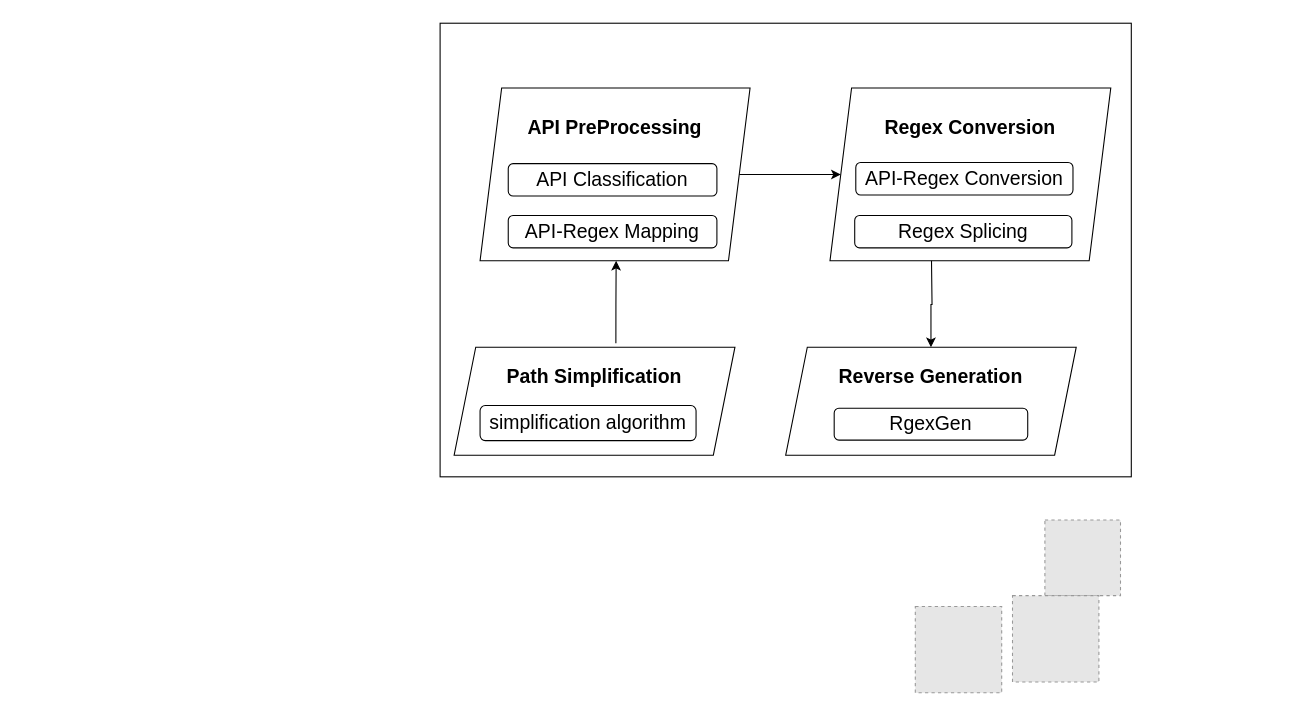
The draw.io diagram JusStr.drawio in suoyi123wang/draw.io, before the edit. Source tidied: cells renumbered, new cells numbered last; positions are measured from the earlier drawing's top-left corner, leaving out a move shared by most shapes. Both pictures are drawn from the tidied source at 108%, with x=0, y=0 at pixel (361, 23). Pictures stored in the file or linked from it are replaced by grey dashed boxes.
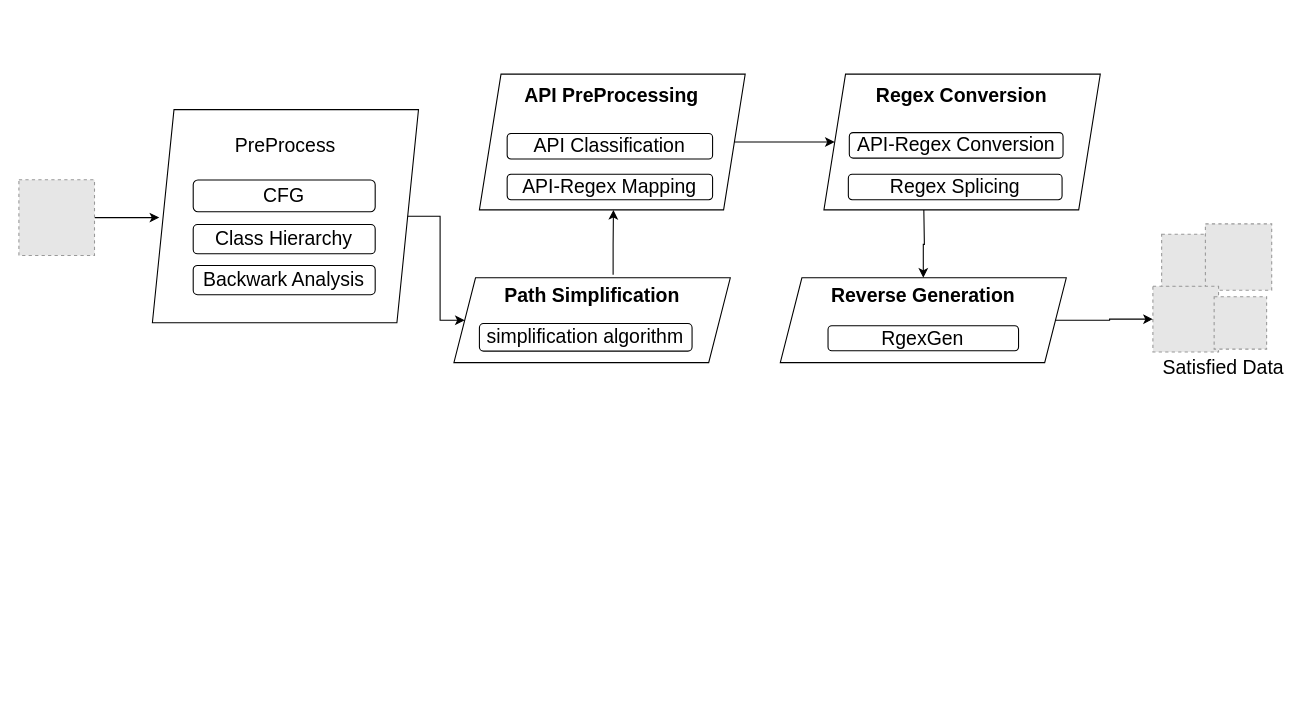
The same page after the edit.

Change to the diagram source:
```diff
@@
     <mxCell id="7" style="group;" parent="1" vertex="1">
-      <mxGeometry x="86" y="60" width="250" height="160" as="geometry" />
+      <mxGeometry x="85.8" y="47.1" width="246.1" height="125.7" as="geometry" />
     </mxCell>
     <mxCell id="8" style="group;" parent="7" vertex="1">
-      <mxGeometry x="24" width="250" height="160" as="geometry" />
+      <mxGeometry x="23.6" width="246.1" height="125.7" as="geometry" />
     </mxCell>
     <mxCell id="9" value="&lt;span style=&quot;font-weight: 700&quot;&gt;&lt;br&gt;API PreProcessing&lt;br&gt;&lt;br&gt;&lt;br&gt;&lt;br&gt;&lt;br&gt;&lt;/span&gt;&lt;br&gt;" style="shape=parallelogram;perimeter=parallelogramPerimeter;whiteSpace=wrap;html=1;fixedSize=1;fontSize=18;" parent="8" vertex="1">
-      <mxGeometry width="250" height="160" as="geometry" />
+      <mxGeometry width="246.1" height="125.7" as="geometry" />
     </mxCell>
     <mxCell id="10" value="API Classification" style="rounded=1;whiteSpace=wrap;html=1;fontSize=18;" parent="8" vertex="1">
-      <mxGeometry x="26.1" y="70" width="193.2" height="30" as="geometry" />
+      <mxGeometry x="25.7" y="55" width="190.2" height="23.6" as="geometry" />
     </mxCell>
     <mxCell id="11" value="API-Regex Mapping" style="rounded=1;whiteSpace=wrap;html=1;fontSize=18;" parent="8" vertex="1">
-      <mxGeometry x="26.1" y="118" width="193.2" height="30" as="geometry" />
+      <mxGeometry x="25.7" y="92.7" width="190.2" height="23.6" as="geometry" />
     </mxCell>
     <mxCell id="12" style="group;" parent="1" vertex="1">
-      <mxGeometry x="443" y="60" width="260" height="160" as="geometry" />
+      <mxGeometry x="437.2" y="47.1" width="255.9" height="125.7" as="geometry" />
     </mxCell>
     <mxCell id="13" style="group;" parent="12" vertex="1">
-      <mxGeometry x="-9" width="260" height="160" as="geometry" />
+      <mxGeometry x="-8.8" width="255.9" height="125.7" as="geometry" />
     </mxCell>
     <mxCell id="14" value="&lt;b&gt;&lt;br&gt;Regex Conversion&lt;br&gt;&lt;br&gt;&lt;br&gt;&lt;br&gt;&lt;br&gt;&lt;br&gt;&lt;/b&gt;" style="shape=parallelogram;perimeter=parallelogramPerimeter;whiteSpace=wrap;html=1;fixedSize=1;fontSize=18;" parent="13" vertex="1">
-      <mxGeometry width="260" height="160" as="geometry" />
+      <mxGeometry width="255.9" height="125.7" as="geometry" />
     </mxCell>
     <mxCell id="15" value="API-Regex Conversion" style="rounded=1;whiteSpace=wrap;html=1;fontSize=18;" parent="13" vertex="1">
-      <mxGeometry x="23.9" y="69" width="201.1" height="30" as="geometry" />
+      <mxGeometry x="23.5" y="54.2" width="197.9" height="23.6" as="geometry" />
     </mxCell>
     <mxCell id="16" value="Regex Splicing" style="rounded=1;whiteSpace=wrap;html=1;fontSize=18;" parent="13" vertex="1">
-      <mxGeometry x="22.9" y="118" width="201.1" height="30" as="geometry" />
+      <mxGeometry x="22.6" y="92.7" width="197.9" height="23.6" as="geometry" />
     </mxCell>
     <mxCell id="17" style="group;" parent="1" vertex="1">
-      <mxGeometry x="393" y="300" width="269" height="100" as="geometry" />
+      <mxGeometry x="388" y="235.7" width="264.8" height="78.6" as="geometry" />
     </mxCell>
     <mxCell id="18" value="&lt;b&gt;&lt;br&gt;&lt;br&gt;Reverse Generation&lt;br&gt;&lt;br&gt;&lt;br&gt;&lt;br&gt;&lt;br&gt;&lt;/b&gt;" style="shape=parallelogram;perimeter=parallelogramPerimeter;whiteSpace=wrap;html=1;fixedSize=1;fontSize=18;" parent="17" vertex="1">
-      <mxGeometry width="269" height="100" as="geometry" />
+      <mxGeometry width="264.8" height="78.6" as="geometry" />
     </mxCell>
     <mxCell id="19" value="RgexGen" style="rounded=1;whiteSpace=wrap;html=1;fontSize=18;" parent="17" vertex="1">
-      <mxGeometry x="44.9" y="56.5" width="179.2" height="29.5" as="geometry" />
+      <mxGeometry x="44.2" y="44.4" width="176.4" height="23.2" as="geometry" />
     </mxCell>
     <mxCell id="20" style="group;" parent="1" vertex="1">
-      <mxGeometry x="86" y="300" width="260" height="100" as="geometry" />
+      <mxGeometry x="85.8" y="235.7" width="255.9" height="78.6" as="geometry" />
     </mxCell>
     <mxCell id="21" value="&lt;span style=&quot;font-weight: 700&quot;&gt;Path Simplification&lt;br&gt;&lt;br&gt;&lt;/span&gt;&lt;span style=&quot;font-weight: 700&quot;&gt;&lt;br&gt;&lt;/span&gt;" style="shape=parallelogram;perimeter=parallelogramPerimeter;whiteSpace=wrap;html=1;fixedSize=1;fontSize=18;" parent="20" vertex="1">
-      <mxGeometry width="260" height="100" as="geometry" />
+      <mxGeometry width="255.9" height="78.6" as="geometry" />
     </mxCell>
     <mxCell id="22" value="simplification algorithm" style="rounded=1;whiteSpace=wrap;html=1;fontSize=18;" parent="20" vertex="1">
-      <mxGeometry x="24" y="54" width="200" height="32.5" as="geometry" />
+      <mxGeometry x="23.6" y="42.4" width="196.9" height="25.5" as="geometry" />
     </mxCell>
     <mxCell id="23" style="edgeStyle=orthogonalEdgeStyle;rounded=0;jettySize=auto;html=1;exitX=0.576;exitY=-0.036;exitDx=0;exitDy=0;fontSize=18;exitPerimeter=0;" parent="1" edge="1" source="21">
       <mxGeometry relative="1" as="geometry">
-        <mxPoint x="236" y="220" as="targetPoint" />
+        <mxPoint x="233.5" y="172.9" as="targetPoint" />
       </mxGeometry>
     </mxCell>
@@
     <mxCell id="25" style="edgeStyle=orthogonalEdgeStyle;rounded=0;jettySize=auto;html=1;entryX=0.5;entryY=0;entryDx=0;entryDy=0;fontSize=18;" parent="1" edge="1" target="18">
       <mxGeometry relative="1" as="geometry">
-        <mxPoint x="528" y="220" as="sourcePoint" />
+        <mxPoint x="520.9" y="172.9" as="sourcePoint" />
       </mxGeometry>
     </mxCell>
+    <mxCell id="30" style="group;" parent="1" vertex="1">
+      <mxGeometry x="-217" y="80" width="290" height="300" as="geometry" />
+    </mxCell>
+    <mxCell id="31" style="group;" parent="30" vertex="1">
+      <mxGeometry x="23.6" width="246.4" height="300" as="geometry" />
+    </mxCell>
+    <mxCell id="32" value="&lt;br&gt;&lt;br&gt;&lt;br&gt;&lt;br&gt;&lt;br&gt;PreProcess&lt;br&gt;&lt;br&gt;&lt;br&gt;&lt;br&gt;&lt;br&gt;&lt;br&gt;&lt;br&gt;&lt;br&gt;&lt;br&gt;&lt;br&gt;&lt;br&gt;&lt;br&gt;" style="shape=parallelogram;perimeter=parallelogramPerimeter;whiteSpace=wrap;html=1;fixedSize=1;fontSize=18;" parent="31" vertex="1">
+      <mxGeometry width="246.4" height="197.4" as="geometry" />
+    </mxCell>
+    <mxCell id="33" value="CFG" style="rounded=1;whiteSpace=wrap;html=1;fontSize=18;" parent="31" vertex="1">
+      <mxGeometry x="37.8" y="65.2" width="168.5" height="29.4" as="geometry" />
+    </mxCell>
+    <mxCell id="34" value="Class Hierarchy" style="rounded=1;whiteSpace=wrap;html=1;fontSize=18;" parent="31" vertex="1">
+      <mxGeometry x="37.8" y="106.4" width="168.5" height="27.1" as="geometry" />
+    </mxCell>
+    <mxCell id="35" value="Backwark Analysis" style="rounded=1;whiteSpace=wrap;html=1;fontSize=18;" parent="31" vertex="1">
+      <mxGeometry x="37.8" y="144.3" width="168.5" height="27.1" as="geometry" />
+    </mxCell>
+    <mxCell id="36" style="edgeStyle=orthogonalEdgeStyle;rounded=0;jettySize=auto;html=1;entryX=0;entryY=0.5;entryDx=0;entryDy=0;fontSize=18;exitX=1;exitY=0.5;exitDx=0;exitDy=0;" parent="1" edge="1" source="32" target="21">
+      <mxGeometry relative="1" as="geometry" />
+    </mxCell>
+    <mxCell id="37" style="group;" parent="1" vertex="1">
+      <mxGeometry x="713" y="184" width="150" height="150" as="geometry" />
+    </mxCell>
+    <mxCell id="38" style="group;rotation=90;" parent="37" vertex="1">
+      <mxGeometry x="10" y="-10" width="110" height="130" as="geometry" />
+    </mxCell>
-    <mxCell id="26" style="fillColor=#E6E6E6;strokeColor=#999999;dashed=1;verticalLabelPosition=bottom;labelBackgroundColor=default;verticalAlign=top;" parent="1" vertex="1">
-      <mxGeometry x="633" y="460" width="70" height="70" as="geometry" />
+    <mxCell id="26" style="fillColor=#E6E6E6;strokeColor=#999999;dashed=1;verticalLabelPosition=bottom;labelBackgroundColor=default;verticalAlign=top;" parent="38" vertex="1">
+      <mxGeometry x="18.1" y="21.4" width="48.6" height="48.6" as="geometry" />
     </mxCell>
-    <mxCell id="27" style="fillColor=#E6E6E6;strokeColor=#999999;dashed=1;verticalLabelPosition=bottom;labelBackgroundColor=default;verticalAlign=top;" parent="1" vertex="1">
-      <mxGeometry x="513" y="540" width="80" height="80" as="geometry" />
+    <mxCell id="27" style="fillColor=#E6E6E6;strokeColor=#999999;dashed=1;verticalLabelPosition=bottom;labelBackgroundColor=default;verticalAlign=top;" parent="38" vertex="1">
+      <mxGeometry x="58.6" y="11.8" width="61.4" height="61.4" as="geometry" />
     </mxCell>
-    <mxCell id="28" style="fillColor=#E6E6E6;strokeColor=#999999;dashed=1;verticalLabelPosition=bottom;labelBackgroundColor=default;verticalAlign=top;" parent="1" vertex="1">
-      <mxGeometry x="603" y="530" width="80" height="80" as="geometry" />
+    <mxCell id="28" style="fillColor=#E6E6E6;strokeColor=#999999;dashed=1;verticalLabelPosition=bottom;labelBackgroundColor=default;verticalAlign=top;" parent="38" vertex="1">
+      <mxGeometry x="10" y="69.6" width="60.8" height="60.8" as="geometry" />
     </mxCell>
-    <mxCell id="29" style="rounded=0;whiteSpace=wrap;html=1;fontSize=18;fillColor=none;" parent="1" vertex="1">
-      <mxGeometry x="73" width="640" height="420" as="geometry" />
-    </mxCell>
+    <mxCell id="39" style="fillColor=#E6E6E6;strokeColor=#999999;dashed=1;verticalLabelPosition=bottom;labelBackgroundColor=default;verticalAlign=top;" parent="38" vertex="1">
+      <mxGeometry x="66.7" y="79.2" width="48.6" height="48.6" as="geometry" />
+    </mxCell>
+    <mxCell id="40" value="Satisfied Data" style="text;html=1;align=center;verticalAlign=middle;strokeColor=none;fillColor=none;fontSize=18;" parent="37" vertex="1">
+      <mxGeometry x="20" y="120" width="130" height="30" as="geometry" />
+    </mxCell>
+    <mxCell id="41" style="edgeStyle=orthogonalEdgeStyle;rounded=0;jettySize=auto;html=1;exitX=1;exitY=0.5;exitDx=0;exitDy=0;fontSize=18;" parent="1" edge="1" source="18" target="28">
+      <mxGeometry relative="1" as="geometry" />
+    </mxCell>
+    <mxCell id="42" style="edgeStyle=orthogonalEdgeStyle;rounded=0;jettySize=auto;html=1;fontSize=18;" parent="1" edge="1" source="43">
+      <mxGeometry relative="1" as="geometry">
+        <mxPoint x="-187" y="180" as="targetPoint" />
+      </mxGeometry>
+    </mxCell>
+    <mxCell id="43" style="fillColor=#E6E6E6;strokeColor=#999999;dashed=1;verticalLabelPosition=bottom;labelBackgroundColor=default;verticalAlign=top;" parent="1" vertex="1">
+      <mxGeometry x="-317" y="145" width="70" height="70" as="geometry" />
+    </mxCell>
```
